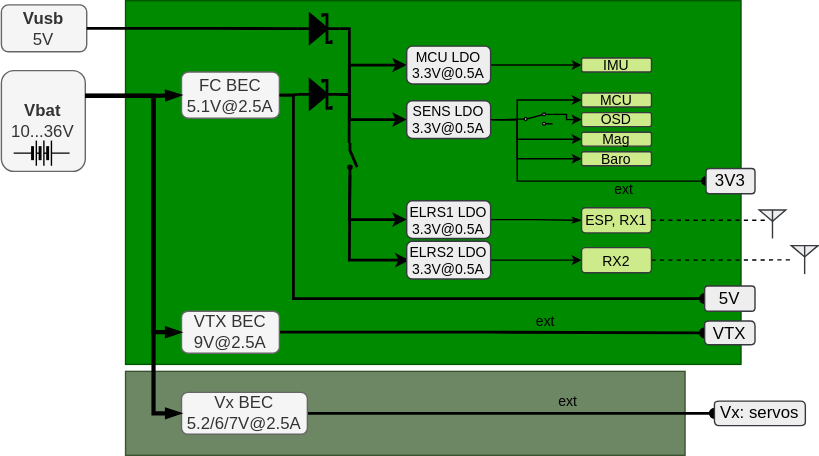
The draw.io diagram documentation/images/doc_MoGliFC_power_concept.svg in MomoRC-tech/MoGliFC-Flight-Controller, before a commit. Source tidied: cells renumbered, new cells last; positions are measured from the earlier drawing's top-left corner, leaving out a move shared by most shapes.
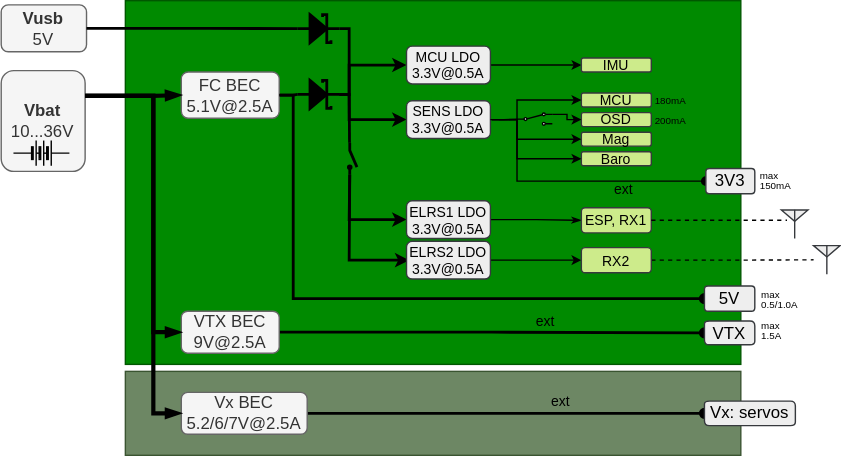
After the commit.

The edit, as a diff of the source:
```diff
@@ -6,7 +6,7 @@
       <mxGeometry x="89" width="440" height="260" as="geometry" />
     </mxCell>
     <mxCell id="3" style="rounded=0;whiteSpace=wrap;html=1;fillColor=#6d8764;fontColor=#ffffff;strokeColor=#3A5431;" parent="1" vertex="1">
-      <mxGeometry x="89" y="265" width="400" height="60" as="geometry" />
+      <mxGeometry x="89" y="265" width="440" height="60" as="geometry" />
     </mxCell>
     <mxCell id="4" value="&lt;b&gt;Vbat&lt;/b&gt;&lt;div&gt;10...36V&lt;/div&gt;" style="whiteSpace=wrap;html=1;rounded=1;fillColor=#f5f5f5;fontColor=#333333;strokeColor=#666666;" parent="1" vertex="1">
       <mxGeometry x="0.2" y="50" width="60" height="72" as="geometry" />
@@ -83,7 +83,7 @@
       <mxGeometry x="503" y="229" width="36" height="17" as="geometry" />
     </mxCell>
     <mxCell id="19" value="Vx: servos" style="shape=step;perimeter=stepPerimeter;whiteSpace=wrap;html=1;fixedSize=1;size=0;fillColor=#eeeeee;strokeColor=#36393d;rounded=1;arcSize=7;" parent="1" vertex="1">
-      <mxGeometry x="510" y="286.2" width="65" height="17.5" as="geometry" />
+      <mxGeometry x="503" y="286.2" width="65" height="17.5" as="geometry" />
     </mxCell>
     <mxCell id="20" style="edgeStyle=elbowEdgeStyle;rounded=0;jettySize=auto;html=1;endSize=4;" parent="1" edge="1" source="21" target="29">
       <mxGeometry relative="1" as="geometry" />
@@ -141,13 +141,13 @@
       <mxGeometry x="0.2" y="3" width="61" height="33.5" as="geometry" />
     </mxCell>
     <mxCell id="36" style="verticalLabelPosition=bottom;shadow=0;dashed=0;align=center;html=1;verticalAlign=top;shape=mxgraph.electrical.radio.aerial_-_antenna_2;strokeWidth=1;fillColor=#eeeeee;strokeColor=#36393d;" parent="1" vertex="1">
-      <mxGeometry x="542" y="149.5" width="19" height="20.5" as="geometry" />
+      <mxGeometry x="558" y="149.5" width="19" height="20.5" as="geometry" />
     </mxCell>
     <mxCell id="37" style="verticalLabelPosition=bottom;shadow=0;dashed=0;align=center;html=1;verticalAlign=top;shape=mxgraph.electrical.miscellaneous.batteryStack;" parent="1" vertex="1">
       <mxGeometry x="9" y="100" width="40" height="18" as="geometry" />
     </mxCell>
     <mxCell id="38" style="verticalLabelPosition=bottom;shadow=0;dashed=0;align=center;html=1;verticalAlign=top;shape=mxgraph.electrical.radio.aerial_-_antenna_2;strokeWidth=1;fillColor=#eeeeee;strokeColor=#36393d;" parent="1" vertex="1">
-      <mxGeometry x="565" y="175" width="19" height="20.5" as="geometry" />
+      <mxGeometry x="581" y="175" width="19" height="20.5" as="geometry" />
     </mxCell>
     <mxCell id="39" style="edgeStyle=elbowEdgeStyle;rounded=0;jettySize=auto;html=1;entryX=0.211;entryY=0.366;entryDx=0;entryDy=0;entryPerimeter=0;endArrow=none;endFill=0;dashed=1;" parent="1" edge="1" source="31" target="36">
       <mxGeometry relative="1" as="geometry" />
@@ -246,5 +246,20 @@
     <mxCell id="58" style="html=1;shape=mxgraph.electrical.electro-mechanical.switchDisconnector;elSwitchState=off;strokeWidth=2;rotation=90;" parent="1" vertex="1">
       <mxGeometry x="240" y="109.9" width="23" height="6.1" as="geometry" />
     </mxCell>
+    <mxCell id="59" value="&lt;font style=&quot;font-size: 7px;&quot;&gt;180mA&lt;/font&gt;" style="text;strokeColor=none;align=center;fillColor=none;html=1;verticalAlign=middle;whiteSpace=wrap;rounded=0;" parent="1" vertex="1">
+      <mxGeometry x="469" y="67" width="20" height="6.5" as="geometry" />
+    </mxCell>
+    <mxCell id="60" value="&lt;font style=&quot;font-size: 7px;&quot;&gt;200mA&lt;/font&gt;" style="text;strokeColor=none;align=center;fillColor=none;html=1;verticalAlign=middle;whiteSpace=wrap;rounded=0;" parent="1" vertex="1">
+      <mxGeometry x="469" y="81.4" width="20" height="6.5" as="geometry" />
+    </mxCell>
+    <mxCell id="61" value="&lt;p style=&quot;line-height: 47%;&quot;&gt;&lt;font style=&quot;font-size: 7px;&quot;&gt;max&lt;br&gt;150mA&lt;/font&gt;&lt;/p&gt;" style="text;strokeColor=none;align=left;fillColor=none;html=1;verticalAlign=middle;whiteSpace=wrap;rounded=0;" parent="1" vertex="1">
+      <mxGeometry x="541" y="122" width="36" height="12.2" as="geometry" />
+    </mxCell>
+    <mxCell id="62" value="&lt;p style=&quot;line-height: 47%;&quot;&gt;&lt;font style=&quot;font-size: 7px;&quot;&gt;max&lt;br&gt;0.5/1.0A&lt;/font&gt;&lt;/p&gt;" style="text;strokeColor=none;align=left;fillColor=none;html=1;verticalAlign=middle;whiteSpace=wrap;rounded=0;" parent="1" vertex="1">
+      <mxGeometry x="542" y="206.9" width="36" height="12.2" as="geometry" />
+    </mxCell>
+    <mxCell id="63" value="&lt;p style=&quot;line-height: 47%;&quot;&gt;&lt;font style=&quot;font-size: 7px;&quot;&gt;max&lt;br&gt;1.5A&lt;/font&gt;&lt;/p&gt;" style="text;strokeColor=none;align=left;fillColor=none;html=1;verticalAlign=middle;whiteSpace=wrap;rounded=0;" parent="1" vertex="1">
+      <mxGeometry x="542" y="229" width="36" height="12.2" as="geometry" />
+    </mxCell>
   </root>
 </mxGraphModel>
```
